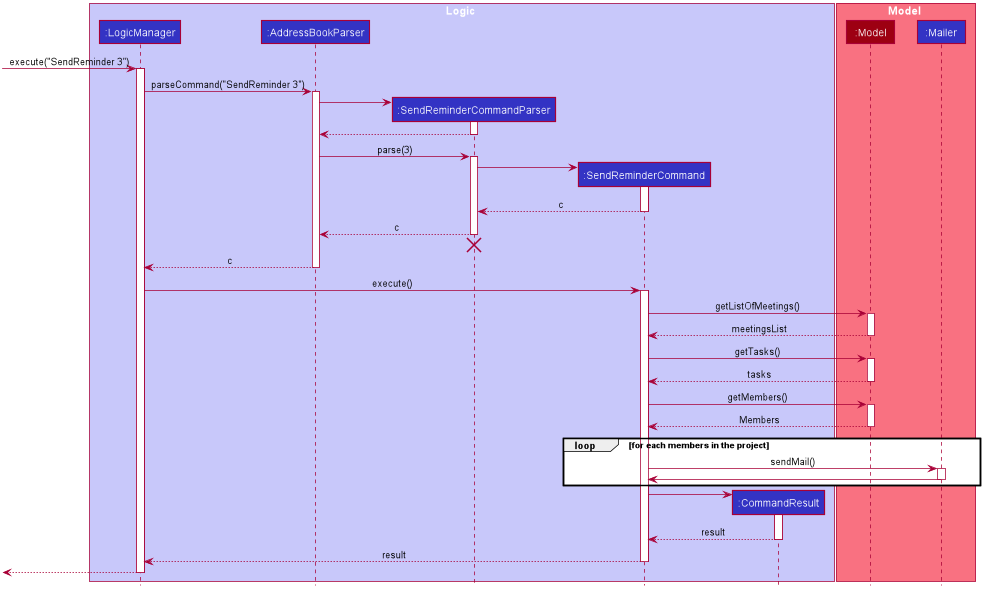
nus-cs2103-AY1920S1/addressbook-level3 keeps this PlantUML diagram as docs/images/SendReminderSequenceDiagram.png. Above is the earlier version.
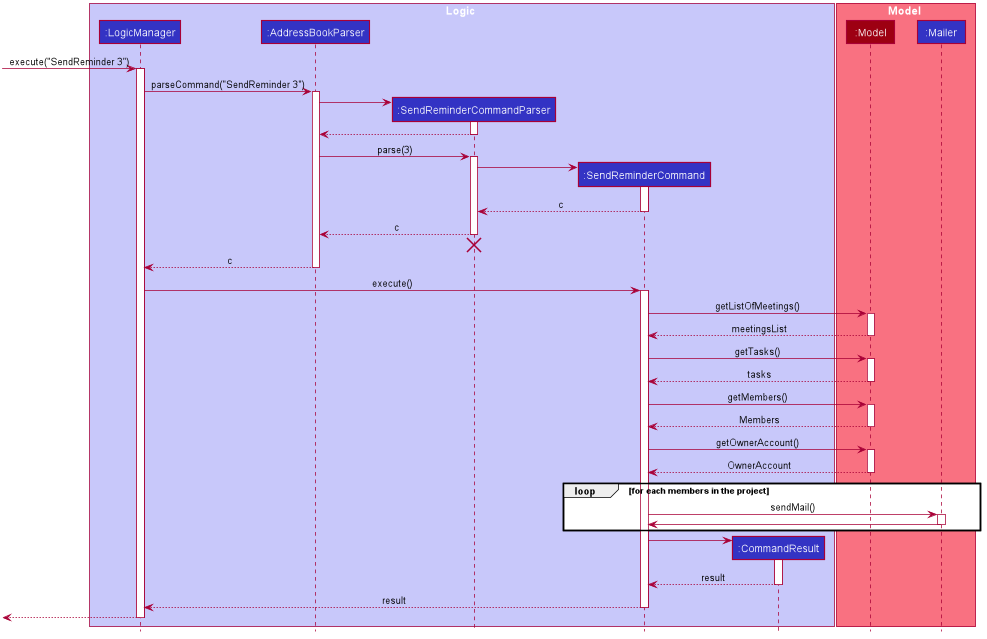
After the change.

Diff of the diagram source:
```diff
@@ -113,6 +113,12 @@
 Model --> SendReminderCommand : Members
 deactivate Model
 
+SendReminderCommand -> Model : getOwnerAccount()
+activate Model
+
+Model --> SendReminderCommand : OwnerAccount
+deactivate Model
+
 loop for each members in the project
 
    SendReminderCommand -> Mailer : sendMail()
```
